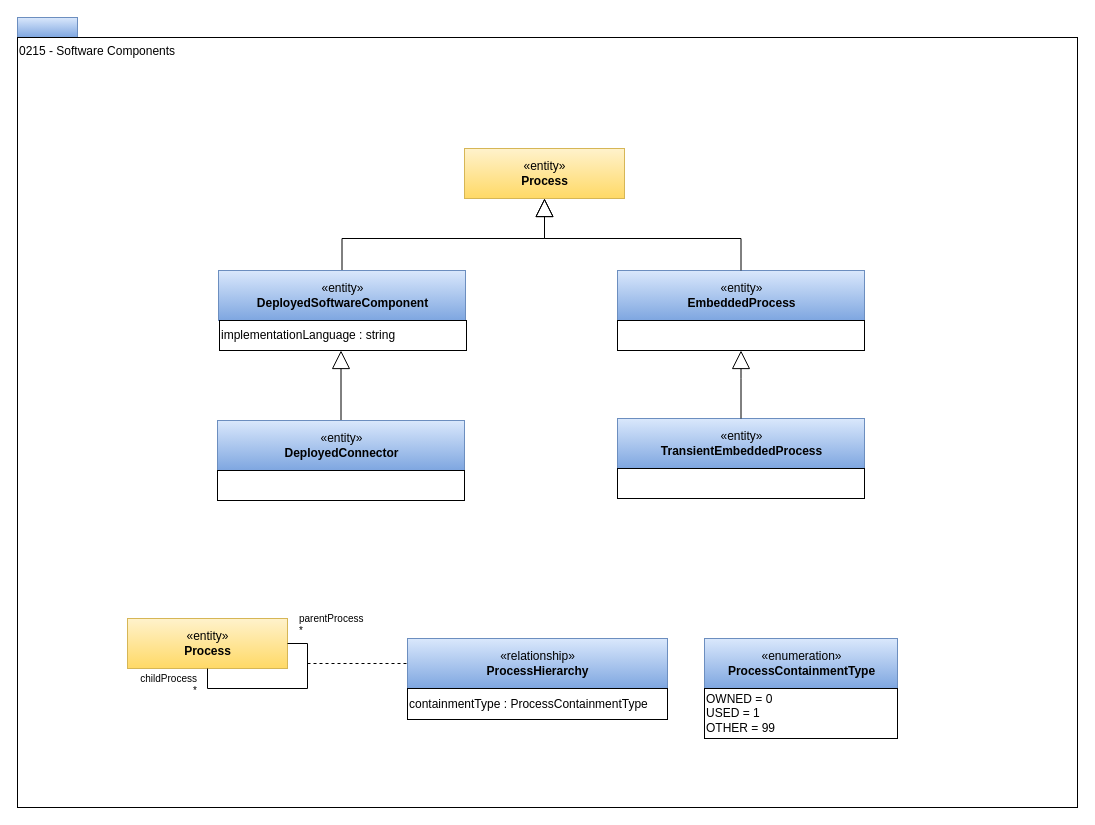
The draw.io diagram page "0215-Software-Components" (6 of 21) of open-metadata-publication/website/open-metadata-types/area-2-assets.drawio in odpi/egeria, before the edit. Source tidied: cells renumbered, new cells numbered last; positions are measured from the earlier drawing's top-left corner, leaving out a move shared by most shapes. Both pictures are drawn from the tidied source at 100%, with x=0, y=0 at pixel (17, 17).
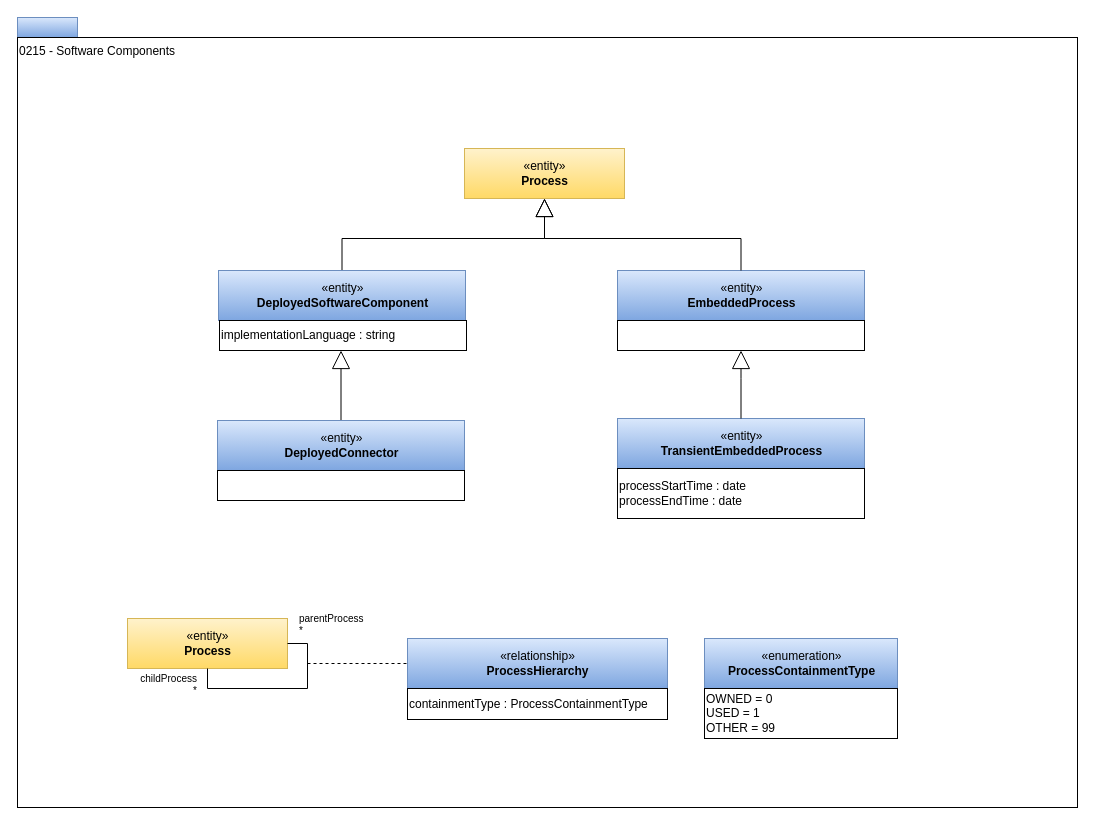
The same diagram, later.

What changed in the source:
```diff
@@
     <mxCell id="17" style="group;" parent="1" vertex="1">
-      <mxGeometry x="600" y="401" width="247" height="80" as="geometry" />
+      <mxGeometry x="600" y="401" width="247" height="100" as="geometry" />
     </mxCell>
@@
-    <mxCell id="19" style="rounded=0;whiteSpace=wrap;html=1;strokeColor=#000000;gradientColor=#ffffff;align=left;" parent="17" vertex="1">
-      <mxGeometry y="50" width="247" height="30" as="geometry" />
+    <mxCell id="19" value="&lt;span&gt;processStartTime : date&lt;/span&gt;&lt;br&gt;&lt;span&gt;processEndTime : date&lt;/span&gt;" style="rounded=0;whiteSpace=wrap;html=1;strokeColor=#000000;gradientColor=#ffffff;align=left;" parent="17" vertex="1">
+      <mxGeometry y="50" width="247" height="50" as="geometry" />
     </mxCell>
```
